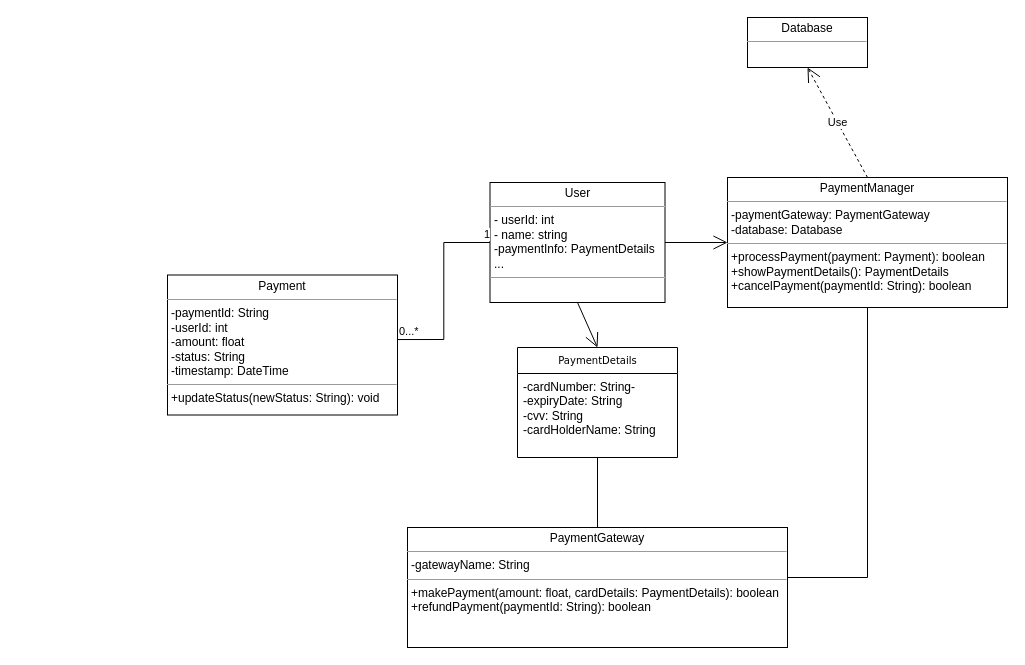
This is UML Modeling/Class Diagram/PaymentClassDiagram.drawio from Luis-S4/Tourism-MS, a draw.io file, before an edit. Source tidied: cells renumbered, new cells numbered last; positions are measured from the earlier drawing's top-left corner, leaving out a move shared by most shapes. Both pictures are drawn from the tidied source at 100%, with x=0, y=0 at pixel (167, 17).
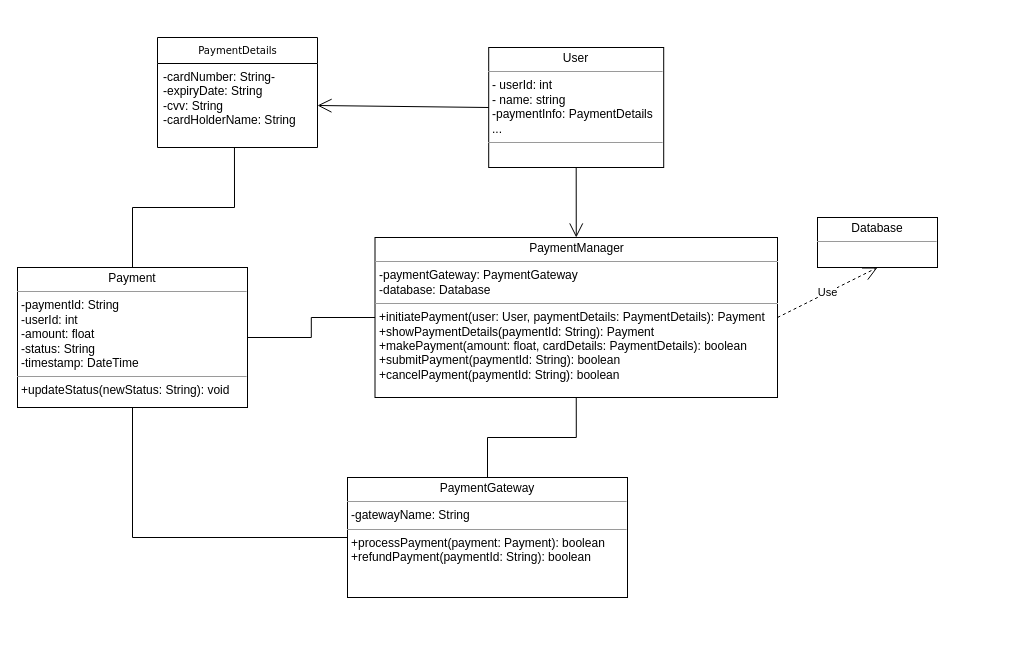
After the change.

Diff of the diagram source:
```diff
@@
 <mxGraphModel>
   <root>
     <mxCell id="0" />
     <mxCell id="1" parent="0" />
     <mxCell id="2" value="&lt;div&gt;&lt;span&gt;PaymentDetails&lt;/span&gt;&lt;/div&gt;" style="swimlane;html=1;fontStyle=0;horizontal=1;startSize=26;fillColor=none;swimlaneFillColor=#ffffff;rounded=0;shadow=0;comic=0;labelBackgroundColor=none;strokeWidth=1;fontFamily=Verdana;fontSize=10;align=center;" parent="1" vertex="1">
-      <mxGeometry x="350" y="330" width="160" height="110" as="geometry" />
+      <mxGeometry x="-10" y="20" width="160" height="110" as="geometry" />
     </mxCell>
     <mxCell id="3" value="-cardNumber: String&lt;span style=&quot;background-color: transparent; color: light-dark(rgb(0, 0, 0), rgb(255, 255, 255));&quot;&gt;-&lt;br&gt;&lt;/span&gt;&lt;div&gt;&lt;span style=&quot;background-color: transparent; color: light-dark(rgb(0, 0, 0), rgb(255, 255, 255));&quot;&gt;-&lt;/span&gt;&lt;span style=&quot;background-color: transparent; color: light-dark(rgb(0, 0, 0), rgb(255, 255, 255));&quot;&gt;expiryDate: String&lt;/span&gt;&lt;/div&gt;&lt;div&gt;&lt;span style=&quot;background-color: transparent; color: light-dark(rgb(0, 0, 0), rgb(255, 255, 255));&quot;&gt;-&lt;/span&gt;&lt;span style=&quot;background-color: transparent; color: light-dark(rgb(0, 0, 0), rgb(255, 255, 255));&quot;&gt;cvv: String&lt;/span&gt;&lt;/div&gt;&lt;div&gt;&lt;span style=&quot;background-color: transparent; color: light-dark(rgb(0, 0, 0), rgb(255, 255, 255));&quot;&gt;-&lt;/span&gt;&lt;span style=&quot;background-color: transparent; color: light-dark(rgb(0, 0, 0), rgb(255, 255, 255));&quot;&gt;cardHolderName: String&lt;/span&gt;&lt;/div&gt;" style="text;html=1;strokeColor=none;fillColor=none;align=left;verticalAlign=top;spacingLeft=4;spacingRight=4;whiteSpace=wrap;overflow=hidden;points=[[0,0.5],[1,0.5]];portConstraint=eastwest;" parent="2" vertex="1">
       <mxGeometry y="26" width="160" height="84" as="geometry" />
     </mxCell>
     <mxCell id="4" value="&lt;p style=&quot;margin:0px;margin-top:4px;text-align:center;&quot;&gt;User&lt;/p&gt;&lt;hr size=&quot;1&quot;&gt;&lt;p style=&quot;margin:0px;margin-left:4px;&quot;&gt;- userId: int&amp;nbsp;&lt;/p&gt;&lt;p style=&quot;margin:0px;margin-left:4px;&quot;&gt;- name: string&lt;/p&gt;&lt;p style=&quot;margin:0px;margin-left:4px;&quot;&gt;-paymentInfo: PaymentDetails&lt;/p&gt;&lt;p style=&quot;margin:0px;margin-left:4px;&quot;&gt;...&lt;/p&gt;&lt;hr size=&quot;1&quot;&gt;&lt;p style=&quot;margin:0px;margin-left:4px;&quot;&gt;&lt;br&gt;&lt;/p&gt;" style="verticalAlign=top;align=left;overflow=fill;fontSize=12;fontFamily=Helvetica;html=1;rounded=0;shadow=0;comic=0;labelBackgroundColor=none;strokeWidth=1;" parent="1" vertex="1">
-      <mxGeometry x="322.5" y="165" width="175" height="120" as="geometry" />
+      <mxGeometry x="321.2" y="30" width="175" height="120" as="geometry" />
     </mxCell>
-    <mxCell id="5" value="&lt;p style=&quot;margin:0px;margin-top:4px;text-align:center;&quot;&gt;&lt;span&gt;PaymentManager&lt;/span&gt;&lt;/p&gt;&lt;hr size=&quot;1&quot;&gt;&lt;p style=&quot;margin:0px;margin-left:4px;&quot;&gt;-&lt;span style=&quot;background-color: transparent; color: light-dark(rgb(0, 0, 0), rgb(255, 255, 255));&quot;&gt;paymentGateway: PaymentGateway&lt;/span&gt;&lt;/p&gt;&lt;p style=&quot;margin:0px;margin-left:4px;&quot;&gt;&lt;span style=&quot;background-color: transparent; color: light-dark(rgb(0, 0, 0), rgb(255, 255, 255));&quot;&gt;-database: Database&lt;/span&gt;&lt;/p&gt;&lt;hr size=&quot;1&quot;&gt;&lt;p style=&quot;margin:0px;margin-left:4px;&quot;&gt;+processPayment(payment: Payment): boolean&lt;/p&gt;&lt;p style=&quot;margin:0px;margin-left:4px;&quot;&gt;+showPaymentDetails(): PaymentDetails&lt;/p&gt;&lt;p style=&quot;margin:0px;margin-left:4px;&quot;&gt;+cancelPayment(paymentId: String): boolean&lt;/p&gt;" style="verticalAlign=top;align=left;overflow=fill;fontSize=12;fontFamily=Helvetica;html=1;rounded=0;shadow=0;comic=0;labelBackgroundColor=none;strokeWidth=1;" parent="1" vertex="1">
-      <mxGeometry x="560" y="160" width="280" height="130" as="geometry" />
+    <mxCell id="5" value="&lt;p style=&quot;margin:0px;margin-top:4px;text-align:center;&quot;&gt;&lt;span&gt;PaymentManager&lt;/span&gt;&lt;/p&gt;&lt;hr size=&quot;1&quot;&gt;&lt;p style=&quot;margin:0px;margin-left:4px;&quot;&gt;-&lt;span style=&quot;background-color: transparent; color: light-dark(rgb(0, 0, 0), rgb(255, 255, 255));&quot;&gt;paymentGateway: PaymentGateway&lt;/span&gt;&lt;/p&gt;&lt;p style=&quot;margin:0px;margin-left:4px;&quot;&gt;&lt;span style=&quot;background-color: transparent; color: light-dark(rgb(0, 0, 0), rgb(255, 255, 255));&quot;&gt;-database: Database&lt;/span&gt;&lt;/p&gt;&lt;hr size=&quot;1&quot;&gt;&lt;p style=&quot;margin:0px;margin-left:4px;&quot;&gt;+initiatePayment(user: User, paymentDetails: PaymentDetails): Payment&lt;/p&gt;&lt;p style=&quot;margin:0px;margin-left:4px;&quot;&gt;+showPaymentDetails(paymentId: String): Payment&lt;/p&gt;&lt;p style=&quot;margin:0px;margin-left:4px;&quot;&gt;+&lt;span style=&quot;color: light-dark(rgb(0, 0, 0), rgb(255, 255, 255)); background-color: transparent;&quot;&gt;makePayment(amount: float, cardDetails: PaymentDetails): boolean&lt;/span&gt;&lt;/p&gt;&lt;p style=&quot;margin:0px;margin-left:4px;&quot;&gt;+submitPayment(paymentId: String): boolean&lt;/p&gt;&lt;p style=&quot;margin:0px;margin-left:4px;&quot;&gt;+cancelPayment(paymentId: String): boolean&lt;/p&gt;" style="verticalAlign=top;align=left;overflow=fill;fontSize=12;fontFamily=Helvetica;html=1;rounded=0;shadow=0;comic=0;labelBackgroundColor=none;strokeWidth=1;" parent="1" vertex="1">
+      <mxGeometry x="207.5" y="220" width="402.5" height="160" as="geometry" />
     </mxCell>
     <mxCell id="6" value="&lt;p style=&quot;margin:0px;margin-top:4px;text-align:center;&quot;&gt;Database&lt;/p&gt;&lt;hr size=&quot;1&quot;&gt;&lt;p style=&quot;margin:0px;margin-left:4px;&quot;&gt;&lt;br&gt;&lt;/p&gt;" style="verticalAlign=top;align=left;overflow=fill;fontSize=12;fontFamily=Helvetica;html=1;rounded=0;shadow=0;comic=0;labelBackgroundColor=none;strokeWidth=1;" parent="1" vertex="1">
-      <mxGeometry x="580" width="120" height="50" as="geometry" />
+      <mxGeometry x="650" y="200" width="120" height="50" as="geometry" />
     </mxCell>
-    <mxCell id="7" value="&lt;p style=&quot;margin:0px;margin-top:4px;text-align:center;&quot;&gt;PaymentGateway&lt;/p&gt;&lt;hr size=&quot;1&quot;&gt;&lt;p style=&quot;margin:0px;margin-left:4px;&quot;&gt;-gatewayName: String&lt;/p&gt;&lt;hr size=&quot;1&quot;&gt;&lt;p style=&quot;margin:0px;margin-left:4px;&quot;&gt;+&lt;span style=&quot;background-color: transparent; color: light-dark(rgb(0, 0, 0), rgb(255, 255, 255));&quot;&gt;makePayment(amount: float, cardDetails: PaymentDetails): boolean&lt;/span&gt;&lt;/p&gt;&lt;p style=&quot;margin:0px;margin-left:4px;&quot;&gt;&lt;span style=&quot;background-color: transparent; color: light-dark(rgb(0, 0, 0), rgb(255, 255, 255));&quot;&gt;+&lt;/span&gt;&lt;span style=&quot;background-color: transparent; color: light-dark(rgb(0, 0, 0), rgb(255, 255, 255));&quot;&gt;refundPayment(paymentId: String): boolean&lt;/span&gt;&lt;/p&gt;" style="verticalAlign=top;align=left;overflow=fill;fontSize=12;fontFamily=Helvetica;html=1;rounded=0;shadow=0;comic=0;labelBackgroundColor=none;strokeWidth=1;" parent="1" vertex="1">
-      <mxGeometry x="240" y="510" width="380" height="120" as="geometry" />
+    <mxCell id="7" value="&lt;p style=&quot;margin:0px;margin-top:4px;text-align:center;&quot;&gt;PaymentGateway&lt;/p&gt;&lt;hr size=&quot;1&quot;&gt;&lt;p style=&quot;margin:0px;margin-left:4px;&quot;&gt;-gatewayName: String&lt;/p&gt;&lt;hr size=&quot;1&quot;&gt;&lt;p style=&quot;margin:0px;margin-left:4px;&quot;&gt;+processPayment(payment: Payment): boolean&lt;/p&gt;&lt;p style=&quot;margin:0px;margin-left:4px;&quot;&gt;&lt;span style=&quot;background-color: transparent; color: light-dark(rgb(0, 0, 0), rgb(255, 255, 255));&quot;&gt;+&lt;/span&gt;&lt;span style=&quot;background-color: transparent; color: light-dark(rgb(0, 0, 0), rgb(255, 255, 255));&quot;&gt;refundPayment(paymentId: String): boolean&lt;/span&gt;&lt;/p&gt;" style="verticalAlign=top;align=left;overflow=fill;fontSize=12;fontFamily=Helvetica;html=1;rounded=0;shadow=0;comic=0;labelBackgroundColor=none;strokeWidth=1;" parent="1" vertex="1">
+      <mxGeometry x="180" y="460" width="280" height="120" as="geometry" />
     </mxCell>
     <mxCell id="8" value="&lt;p style=&quot;margin:0px;margin-top:4px;text-align:center;&quot;&gt;&lt;span&gt;Payment&lt;/span&gt;&lt;/p&gt;&lt;hr size=&quot;1&quot;&gt;&lt;p style=&quot;margin:0px;margin-left:4px;&quot;&gt;-paymentId: String&lt;/p&gt;&lt;p style=&quot;margin:0px;margin-left:4px;&quot;&gt;-userId: int&lt;/p&gt;&lt;p style=&quot;margin:0px;margin-left:4px;&quot;&gt;-amount: float&lt;/p&gt;&lt;p style=&quot;margin:0px;margin-left:4px;&quot;&gt;-status: String&lt;/p&gt;&lt;p style=&quot;margin:0px;margin-left:4px;&quot;&gt;-timestamp: DateTime&lt;/p&gt;&lt;hr size=&quot;1&quot;&gt;&lt;p style=&quot;margin:0px;margin-left:4px;&quot;&gt;+updateStatus(newStatus: String): void&lt;/p&gt;" style="verticalAlign=top;align=left;overflow=fill;fontSize=12;fontFamily=Helvetica;html=1;rounded=0;shadow=0;comic=0;labelBackgroundColor=none;strokeWidth=1;" parent="1" vertex="1">
-      <mxGeometry y="257.5" width="230" height="140" as="geometry" />
+      <mxGeometry x="-150" y="250" width="230" height="140" as="geometry" />
     </mxCell>
-    <mxCell id="9" style="endArrow=open;endFill=1;endSize=12;html=1;rounded=0;entryX=0.5;entryY=0;entryDx=0;entryDy=0;exitX=0.5;exitY=1;exitDx=0;exitDy=0;" parent="1" edge="1" source="4" target="2">
+    <mxCell id="9" style="endArrow=open;endFill=1;endSize=12;html=1;rounded=0;entryX=1;entryY=0.5;entryDx=0;entryDy=0;exitX=0;exitY=0.5;exitDx=0;exitDy=0;" parent="1" edge="1" source="4" target="3">
       <mxGeometry relative="1" as="geometry" />
     </mxCell>
-    <mxCell id="10" style="endArrow=none;html=1;edgeStyle=orthogonalEdgeStyle;rounded=0;exitX=1;exitY=0.461;exitDx=0;exitDy=0;exitPerimeter=0;entryX=0;entryY=0.5;entryDx=0;entryDy=0;" parent="1" edge="1" source="8" target="4">
-      <mxGeometry relative="1" as="geometry" />
-    </mxCell>
-    <mxCell id="11" value="0...*" style="edgeLabel;html=1;align=left;verticalAlign=bottom;" parent="10" vertex="1">
-      <mxGeometry x="-1" relative="1" as="geometry" />
-    </mxCell>
-    <mxCell id="12" value="1" style="edgeLabel;html=1;align=right;verticalAlign=bottom;" parent="10" vertex="1">
-      <mxGeometry x="1" relative="1" as="geometry" />
-    </mxCell>
-    <mxCell id="13" style="endArrow=open;endFill=1;endSize=12;html=1;rounded=0;exitX=1;exitY=0.5;exitDx=0;exitDy=0;entryX=0;entryY=0.5;entryDx=0;entryDy=0;" parent="1" edge="1" source="4" target="5">
+    <mxCell id="13" style="endArrow=open;endFill=1;endSize=12;html=1;rounded=0;exitX=0.5;exitY=1;exitDx=0;exitDy=0;entryX=0.5;entryY=0;entryDx=0;entryDy=0;" parent="1" edge="1" source="4" target="5">
       <mxGeometry relative="1" as="geometry" />
     </mxCell>
-    <mxCell id="14" style="endArrow=none;html=1;edgeStyle=orthogonalEdgeStyle;rounded=0;entryX=0.5;entryY=1;entryDx=0;entryDy=0;exitX=1;exitY=0.5;exitDx=0;exitDy=0;" parent="1" edge="1" source="7" target="5">
-      <mxGeometry relative="1" as="geometry">
-        <Array as="points">
-          <mxPoint x="700" y="560" />
-        </Array>
-      </mxGeometry>
+    <mxCell id="14" style="endArrow=none;html=1;edgeStyle=orthogonalEdgeStyle;rounded=0;entryX=0.5;entryY=1;entryDx=0;entryDy=0;exitX=0.5;exitY=0;exitDx=0;exitDy=0;" parent="1" edge="1" source="7" target="5">
+      <mxGeometry relative="1" as="geometry" />
     </mxCell>
-    <mxCell id="15" value="Use" style="endArrow=open;endSize=12;dashed=1;html=1;rounded=0;entryX=0.5;entryY=1;entryDx=0;entryDy=0;exitX=0.5;exitY=0;exitDx=0;exitDy=0;" parent="1" edge="1" source="5" target="6">
+    <mxCell id="15" value="Use" style="endArrow=open;endSize=12;dashed=1;html=1;rounded=0;entryX=0.5;entryY=1;entryDx=0;entryDy=0;exitX=1;exitY=0.5;exitDx=0;exitDy=0;" parent="1" edge="1" source="5" target="6">
       <mxGeometry relative="1" as="geometry" />
     </mxCell>
-    <mxCell id="16" style="endArrow=none;html=1;edgeStyle=orthogonalEdgeStyle;rounded=0;exitX=0.5;exitY=0;exitDx=0;exitDy=0;entryX=0.488;entryY=1;entryDx=0;entryDy=0;entryPerimeter=0;" parent="1" edge="1" source="7" target="3">
-      <mxGeometry relative="1" as="geometry">
-        <Array as="points">
-          <mxPoint x="430" y="510" />
-          <mxPoint x="430" y="440" />
-        </Array>
-      </mxGeometry>
-    </mxCell>
+    <mxCell id="17" style="endArrow=none;html=1;edgeStyle=orthogonalEdgeStyle;rounded=0;exitX=0.5;exitY=0;exitDx=0;exitDy=0;entryX=0.481;entryY=1;entryDx=0;entryDy=0;entryPerimeter=0;" parent="1" edge="1" source="8" target="3">
+      <mxGeometry relative="1" as="geometry" />
+    </mxCell>
+    <mxCell id="18" style="endArrow=none;html=1;edgeStyle=orthogonalEdgeStyle;rounded=0;exitX=0.5;exitY=1;exitDx=0;exitDy=0;entryX=0;entryY=0.5;entryDx=0;entryDy=0;" parent="1" edge="1" source="8" target="7">
+      <mxGeometry relative="1" as="geometry" />
+    </mxCell>
+    <mxCell id="19" style="endArrow=none;html=1;edgeStyle=orthogonalEdgeStyle;rounded=0;exitX=1;exitY=0.5;exitDx=0;exitDy=0;entryX=0;entryY=0.5;entryDx=0;entryDy=0;" parent="1" edge="1" source="8" target="5">
+      <mxGeometry relative="1" as="geometry" />
+    </mxCell>
   </root>
 </mxGraphModel>
```
